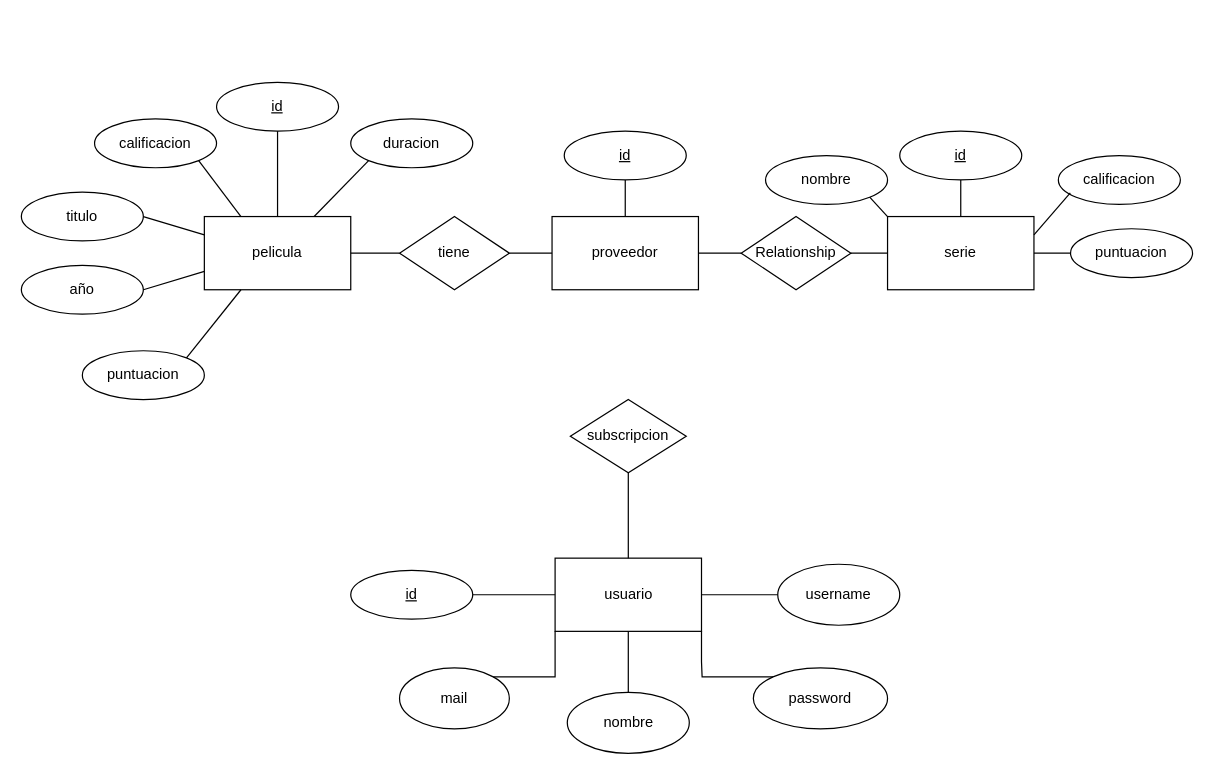
Earlier version of the draw.io diagram Entrega_2/diagrama.drawio (Diegothx/bdd-125). Source tidied: cells renumbered, new cells numbered last; positions are measured from the earlier drawing's top-left corner, leaving out a move shared by most shapes. Both pictures are drawn from the tidied source at 122%, with x=0, y=0 at pixel (21, 82).
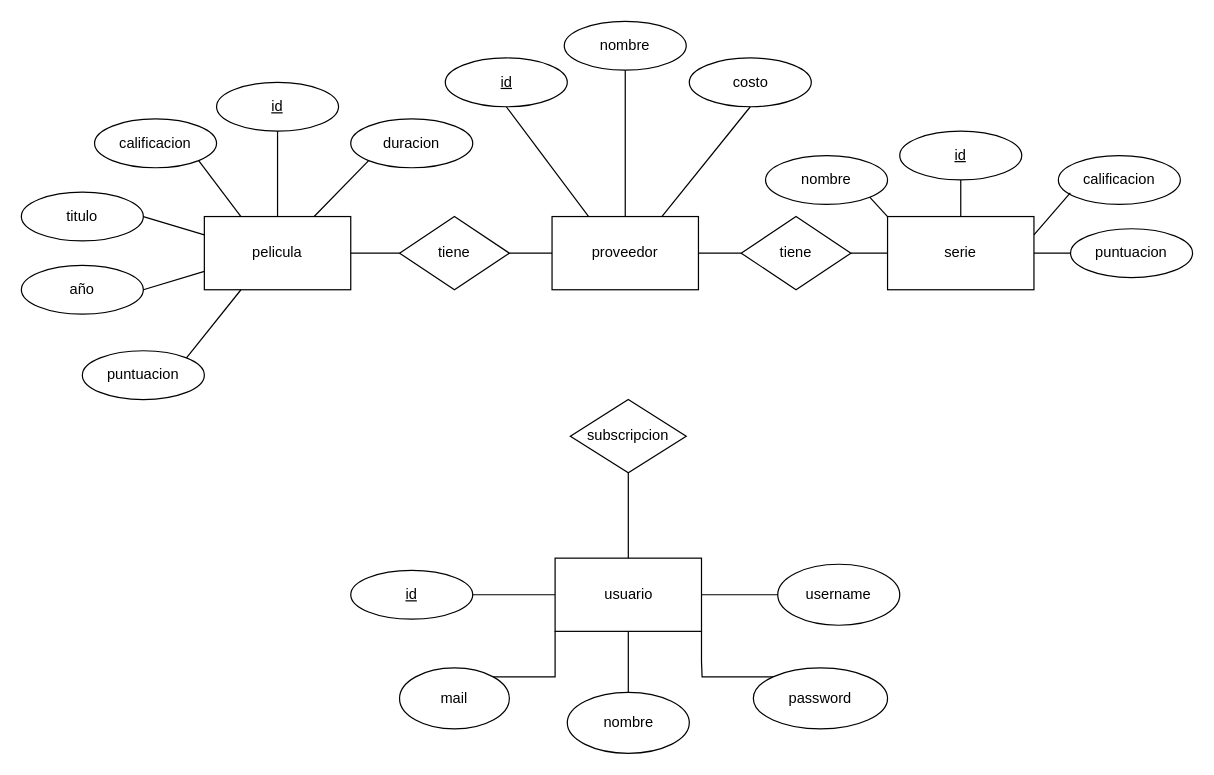
The same diagram, later.

Unchanged cells that the change refers to:
```xml
<mxCell id="8" value="proveedor" style="rounded=0;whiteSpace=wrap;html=1;" parent="1" vertex="1">
  <mxGeometry x="435" y="110" width="120" height="60" as="geometry" />
</mxCell>
```

The edit, as a diff of the source:
```diff
@@
     <mxCell id="9" value="id" style="ellipse;whiteSpace=wrap;html=1;align=center;fontStyle=4;" parent="1" vertex="1">
-      <mxGeometry x="445" y="40" width="100" height="40" as="geometry" />
+      <mxGeometry x="347.5" y="-20" width="100" height="40" as="geometry" />
     </mxCell>
-    <mxCell id="10" style="endArrow=none;html=1;rounded=0;edgeStyle=orthogonalEdgeStyle;entryX=0.5;entryY=1;entryDx=0;entryDy=0;exitX=0.5;exitY=0;exitDx=0;exitDy=0;" parent="1" edge="1" source="8" target="9">
+    <mxCell id="10" style="endArrow=none;html=1;rounded=0;entryX=0.5;entryY=1;entryDx=0;entryDy=0;exitX=0.25;exitY=0;exitDx=0;exitDy=0;" parent="1" edge="1" source="8" target="9">
       <mxGeometry relative="1" as="geometry" />
     </mxCell>
@@
-    <mxCell id="15" value="Relationship" style="shape=rhombus;perimeter=rhombusPerimeter;whiteSpace=wrap;html=1;align=center;" parent="1" vertex="1">
+    <mxCell id="15" value="tiene" style="shape=rhombus;perimeter=rhombusPerimeter;whiteSpace=wrap;html=1;align=center;" parent="1" vertex="1">
       <mxGeometry x="590" y="110" width="90" height="60" as="geometry" />
     </mxCell>
@@
+    <mxCell id="46" value="nombre" style="ellipse;whiteSpace=wrap;html=1;align=center;" parent="1" vertex="1">
+      <mxGeometry x="445" y="-50" width="100" height="40" as="geometry" />
+    </mxCell>
+    <mxCell id="47" style="endArrow=none;html=1;rounded=0;entryX=0.5;entryY=1;entryDx=0;entryDy=0;exitX=0.5;exitY=0;exitDx=0;exitDy=0;" parent="1" edge="1" source="8" target="46">
+      <mxGeometry relative="1" as="geometry" />
+    </mxCell>
+    <mxCell id="48" value="costo" style="ellipse;whiteSpace=wrap;html=1;align=center;" parent="1" vertex="1">
+      <mxGeometry x="547.5" y="-20" width="100" height="40" as="geometry" />
+    </mxCell>
+    <mxCell id="49" style="endArrow=none;html=1;rounded=0;entryX=0.5;entryY=1;entryDx=0;entryDy=0;exitX=0.75;exitY=0;exitDx=0;exitDy=0;" parent="1" edge="1" source="8" target="48">
+      <mxGeometry relative="1" as="geometry" />
+    </mxCell>
```
